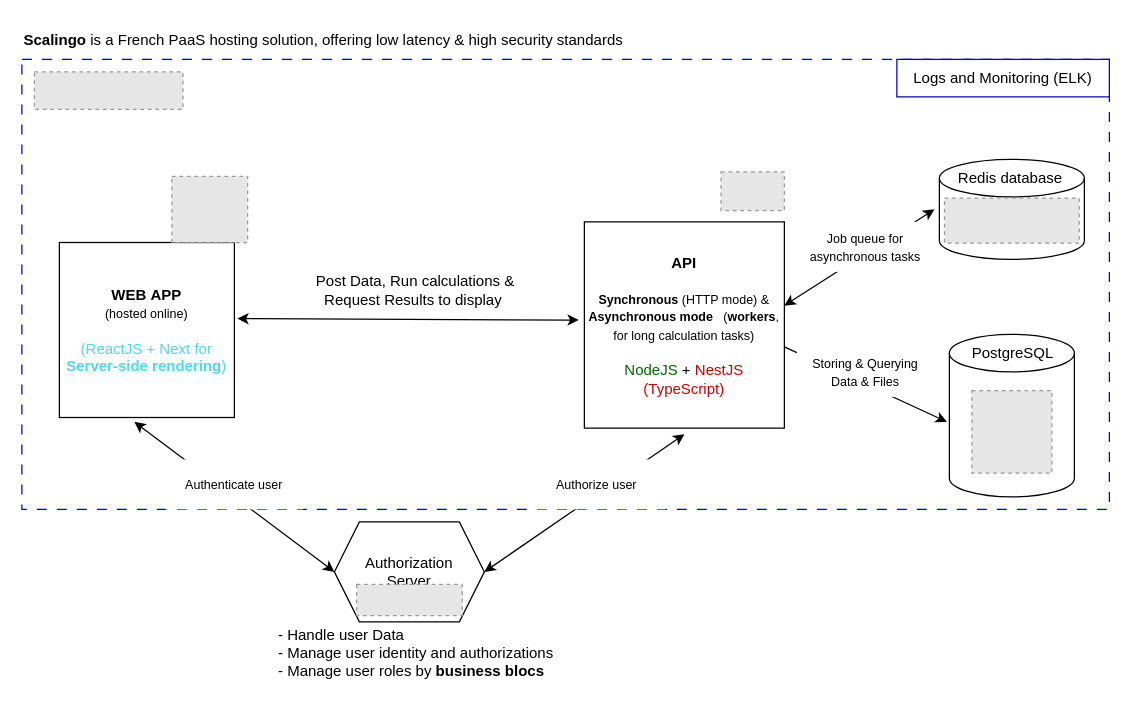
Novacture/diagrams keeps this draw.io diagram as page "Page-1" (1 of 2) of app_architecture.drawio. Above is the earlier version. Source tidied: cells renumbered, new cells numbered last; positions are measured from the earlier drawing's top-left corner, leaving out a move shared by most shapes. Both pictures are drawn from the tidied source at 125%, with x=0, y=0 at pixel (21, 21). Pictures stored in the file or linked from it are replaced by grey dashed boxes.
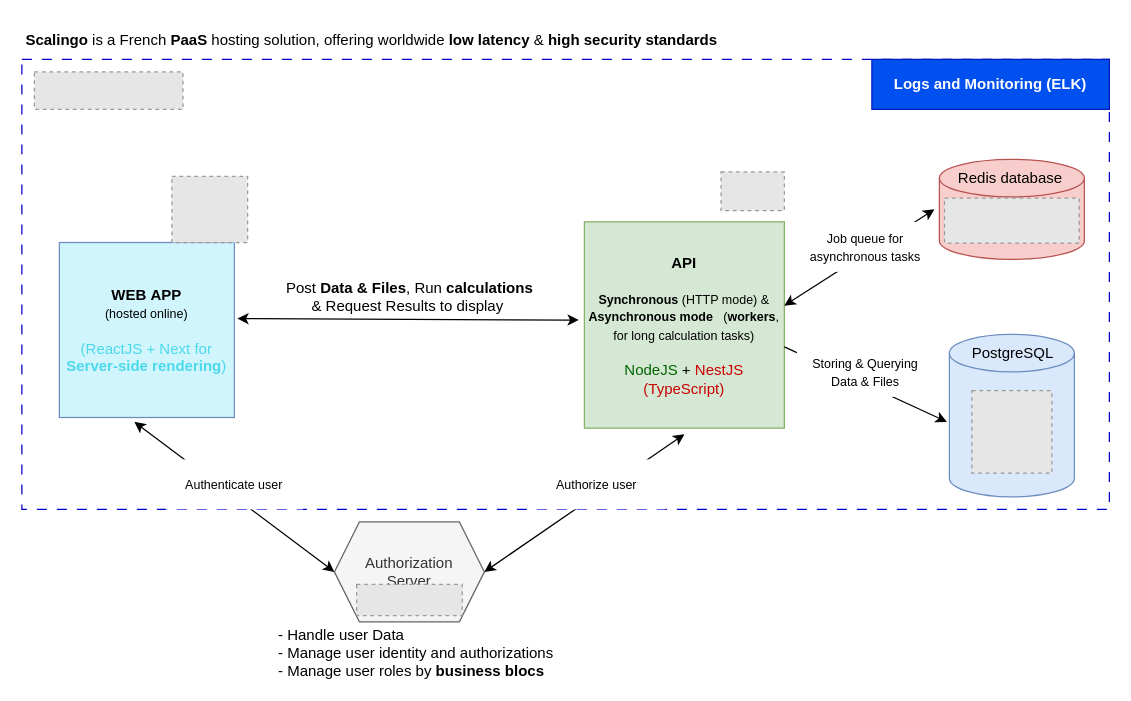
After the change.

The edit, as a diff of the source:
```diff
@@
-    <mxCell id="3" value="&lt;b&gt;WEB&lt;/b&gt; &lt;b&gt;APP &lt;/b&gt;&lt;br&gt;&lt;font style=&quot;font-size: 10px;&quot;&gt;(hosted online)&lt;/font&gt;&lt;br&gt;&lt;br&gt;&lt;font color=&quot;#4bd9ec&quot;&gt;(ReactJS + Next for &lt;b&gt;Server-side rendering&lt;/b&gt;)&lt;/font&gt;" style="whiteSpace=wrap;html=1;" parent="1" vertex="1">
+    <mxCell id="3" value="&lt;b&gt;WEB&lt;/b&gt; &lt;b&gt;APP &lt;/b&gt;&lt;br&gt;&lt;font style=&quot;font-size: 10px;&quot;&gt;(hosted online)&lt;/font&gt;&lt;br&gt;&lt;br&gt;&lt;font color=&quot;#4bd9ec&quot;&gt;(ReactJS + Next for &lt;b&gt;Server-side rendering&lt;/b&gt;)&lt;/font&gt;" style="whiteSpace=wrap;html=1;fillColor=#D1F5FC;strokeColor=#6c8ebf;" parent="1" vertex="1">
       <mxGeometry x="30" y="176.5" width="140" height="140" as="geometry" />
     </mxCell>
@@
-    <mxCell id="5" value="Authorization&lt;br style=&quot;border-color: var(--border-color);&quot;&gt;Server" style="shape=hexagon;perimeter=hexagonPerimeter2;whiteSpace=wrap;html=1;fixedSize=1;" parent="1" vertex="1">
+    <mxCell id="5" value="Authorization&lt;br style=&quot;border-color: var(--border-color);&quot;&gt;Server" style="shape=hexagon;perimeter=hexagonPerimeter2;whiteSpace=wrap;html=1;fixedSize=1;fillColor=#f5f5f5;fontColor=#333333;strokeColor=#666666;" parent="1" vertex="1">
       <mxGeometry x="250" y="400" width="120" height="80" as="geometry" />
     </mxCell>
-    <mxCell id="6" value="&lt;b&gt;API&lt;/b&gt;&lt;br&gt;&lt;br&gt;&lt;font style=&quot;font-size: 10px;&quot;&gt;&lt;b&gt;Synchronous&lt;/b&gt; (HTTP mode) &amp;amp; &lt;br&gt;&lt;b&gt;Asynchronous&lt;/b&gt; &lt;b&gt;mode&lt;/b&gt;&amp;nbsp; &amp;nbsp;(&lt;b&gt;workers&lt;/b&gt;, for long calculation tasks)&lt;/font&gt;&lt;br&gt;&lt;br&gt;&lt;font color=&quot;#006600&quot;&gt;NodeJS&lt;/font&gt; + &lt;font color=&quot;#cc0000&quot;&gt;NestJS (TypeScript)&lt;/font&gt;" style="rounded=0;whiteSpace=wrap;html=1;direction=south;" parent="1" vertex="1">
+    <mxCell id="6" value="&lt;b&gt;API&lt;/b&gt;&lt;br&gt;&lt;br&gt;&lt;font style=&quot;font-size: 10px;&quot;&gt;&lt;b&gt;Synchronous&lt;/b&gt; (HTTP mode) &amp;amp; &lt;br&gt;&lt;b&gt;Asynchronous&lt;/b&gt; &lt;b&gt;mode&lt;/b&gt;&amp;nbsp; &amp;nbsp;(&lt;b&gt;workers&lt;/b&gt;, for long calculation tasks)&lt;/font&gt;&lt;br&gt;&lt;br&gt;&lt;font color=&quot;#006600&quot;&gt;NodeJS&lt;/font&gt; + &lt;font color=&quot;#cc0000&quot;&gt;NestJS (TypeScript)&lt;/font&gt;" style="rounded=0;whiteSpace=wrap;html=1;direction=south;fillColor=#d5e8d4;strokeColor=#82b366;" parent="1" vertex="1">
       <mxGeometry x="450" y="160" width="160" height="165" as="geometry" />
     </mxCell>
@@
-    <mxCell id="8" style="shape=cylinder3;whiteSpace=wrap;html=1;boundedLbl=1;backgroundOutline=1;size=15;" parent="1" vertex="1">
+    <mxCell id="8" style="shape=cylinder3;whiteSpace=wrap;html=1;boundedLbl=1;backgroundOutline=1;size=15;fillColor=#f8cecc;strokeColor=#b85450;" parent="1" vertex="1">
       <mxGeometry x="734" y="110" width="116" height="80" as="geometry" />
     </mxCell>
@@
-    <mxCell id="10" style="shape=cylinder3;whiteSpace=wrap;html=1;boundedLbl=1;backgroundOutline=1;size=15;" parent="1" vertex="1">
+    <mxCell id="10" style="shape=cylinder3;whiteSpace=wrap;html=1;boundedLbl=1;backgroundOutline=1;size=15;fillColor=#dae8fc;strokeColor=#6c8ebf;" parent="1" vertex="1">
       <mxGeometry x="742" y="250" width="100" height="130" as="geometry" />
     </mxCell>
@@
-    <mxCell id="19" value="Post Data, Run calculations &amp;amp; Request Results to display&amp;nbsp;" style="text;html=1;strokeColor=none;fillColor=none;align=center;verticalAlign=middle;whiteSpace=wrap;rounded=0;" parent="1" vertex="1">
-      <mxGeometry x="225" y="200" width="180" height="30" as="geometry" />
+    <mxCell id="19" value="Post &lt;b&gt;Data &amp;amp; Files&lt;/b&gt;, Run &lt;b&gt;calculations&lt;/b&gt; &amp;amp; Request Results to display&amp;nbsp;" style="text;html=1;strokeColor=none;fillColor=none;align=center;verticalAlign=middle;whiteSpace=wrap;rounded=0;" parent="1" vertex="1">
+      <mxGeometry x="207.5" y="205" width="205" height="30" as="geometry" />
     </mxCell>
@@
-    <mxCell id="27" value="&lt;b&gt;Scalingo&lt;/b&gt; is a French PaaS hosting solution, offering low latency &amp;amp; high security standards" style="text;html=1;strokeColor=none;fillColor=none;align=center;verticalAlign=middle;whiteSpace=wrap;rounded=0;" parent="1" vertex="1">
-      <mxGeometry width="482.8" height="30" as="geometry" />
+    <mxCell id="27" value="&lt;b&gt;Scalingo&lt;/b&gt; is a French &lt;b&gt;PaaS&lt;/b&gt; hosting solution, offering worldwide&amp;nbsp;&lt;b&gt;low latency&lt;/b&gt; &amp;amp; &lt;b&gt;high security standards&lt;/b&gt;" style="text;html=1;strokeColor=none;fillColor=none;align=center;verticalAlign=middle;whiteSpace=wrap;rounded=0;" parent="1" vertex="1">
+      <mxGeometry width="560" height="30" as="geometry" />
     </mxCell>
-    <mxCell id="28" value="Logs and Monitoring (ELK)" style="rounded=0;whiteSpace=wrap;html=1;strokeColor=#0000CC;" parent="1" vertex="1">
-      <mxGeometry x="700" y="30" width="170" height="30" as="geometry" />
+    <mxCell id="28" value="&lt;b&gt;Logs and Monitoring (ELK)&lt;/b&gt;" style="rounded=0;whiteSpace=wrap;html=1;strokeColor=#001DBC;fillColor=#0050ef;fontColor=#ffffff;" parent="1" vertex="1">
+      <mxGeometry x="680" y="30" width="190" height="40" as="geometry" />
     </mxCell>
```
